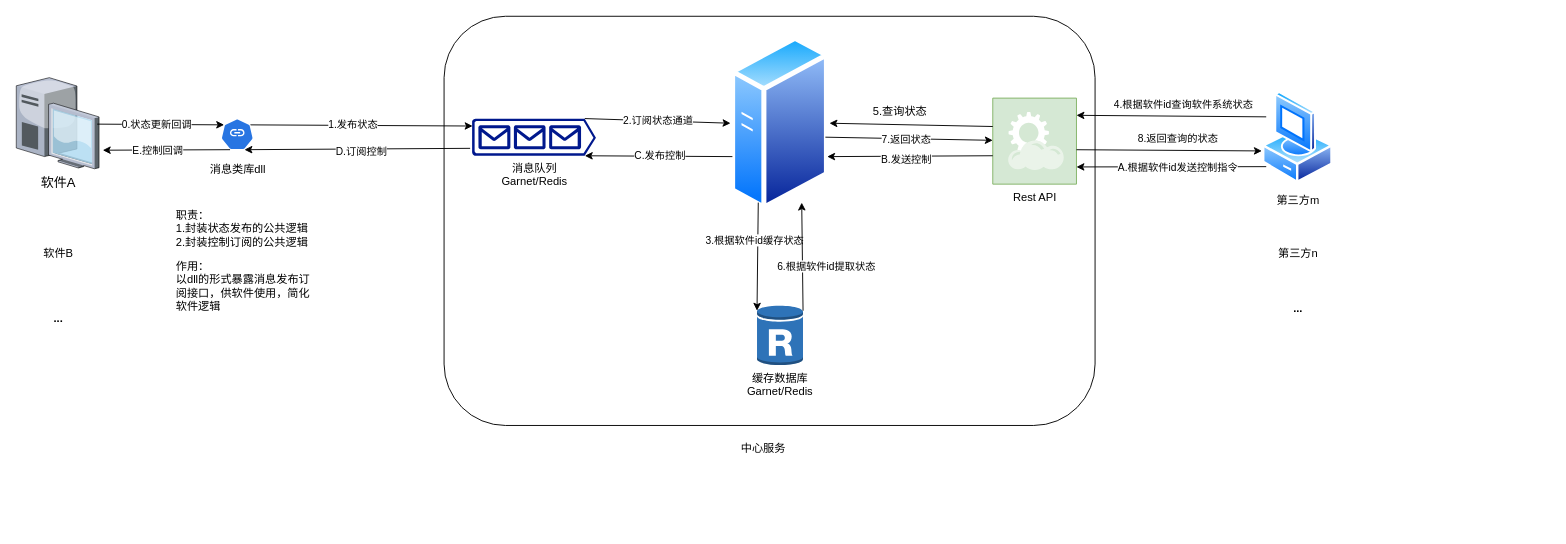
This is doc/网络架构.drawio from Yqghlx/LabTechOpenPlatform, a draw.io file, before an edit. Source tidied: cells renumbered, new cells numbered last; positions are measured from the earlier drawing's top-left corner, leaving out a move shared by most shapes. Both pictures are drawn from the tidied source at 93%, with x=0, y=0 at pixel (16, 16).
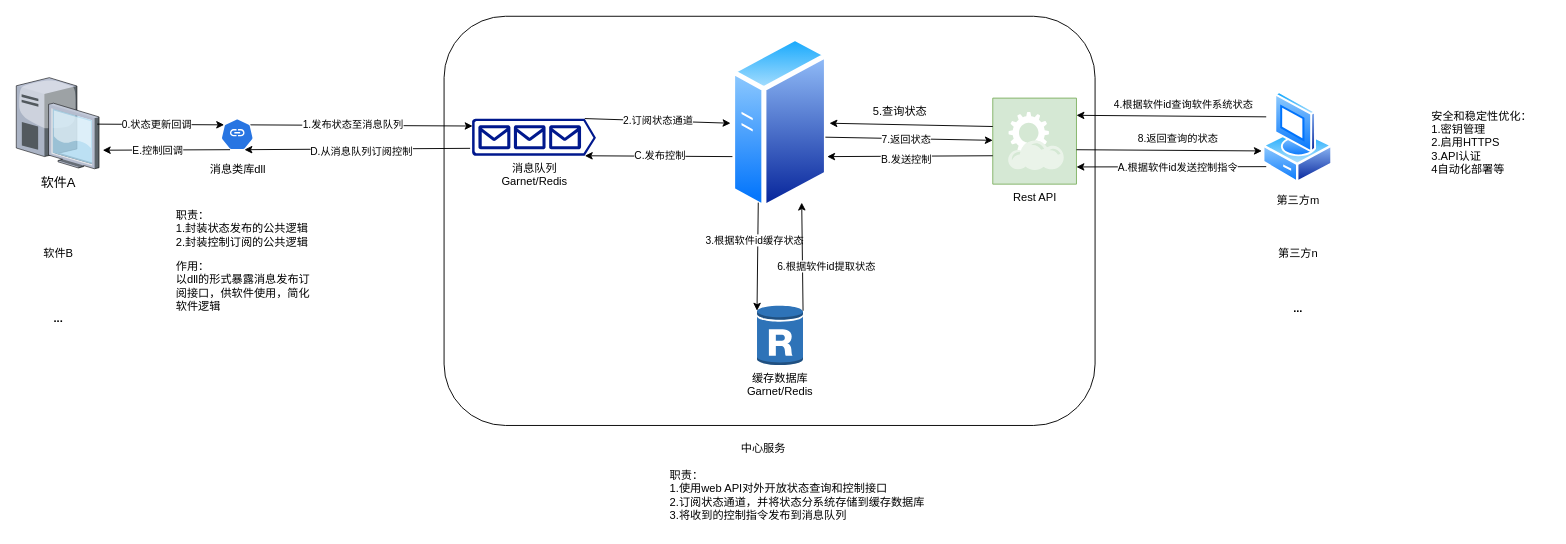
After the change.

Commit message:
docs: 更新架构图内容

- 修改了架构图中的部分节点名称
- 添加了新的节点描述系统职责和安全稳定性优化措施
- 调整了部分节点的位置

The change refers to these unchanged cells:
```xml
<mxCell id="9" style="endArrow=classic;html=1;rounded=0;exitX=0.9;exitY=0.2;exitDx=0;exitDy=0;exitPerimeter=0;entryX=0.005;entryY=0.2;entryDx=0;entryDy=0;entryPerimeter=0;" parent="1" edge="1" source="41" target="4">
  <mxGeometry relative="1" as="geometry" />
</mxCell>
<mxCell id="11" style="endArrow=classic;html=1;rounded=0;exitX=-0.015;exitY=0.8;exitDx=0;exitDy=0;exitPerimeter=0;entryX=0.72;entryY=0.99;entryDx=0;entryDy=0;entryPerimeter=0;" parent="1" edge="1" source="4" target="41">
  <mxGeometry relative="1" as="geometry" />
</mxCell>
```

Diff of the diagram source:
```diff
@@
-    <mxCell id="10" value="1.发布状态" style="edgeLabel;html=1;align=center;verticalAlign=middle;" parent="9" vertex="1">
+    <mxCell id="10" value="1.发布状态至消息队列" style="edgeLabel;html=1;align=center;verticalAlign=middle;" parent="9" vertex="1">
       <mxGeometry x="-0.08" y="1" relative="1" as="geometry" />
     </mxCell>
@@
-    <mxCell id="12" value="D.订阅控制" style="edgeLabel;html=1;align=center;verticalAlign=middle;" parent="11" vertex="1">
+    <mxCell id="12" value="D.从消息队列订阅控制" style="edgeLabel;html=1;align=center;verticalAlign=middle;" parent="11" vertex="1">
       <mxGeometry x="-0.03" y="3" relative="1" as="geometry" />
     </mxCell>
@@
+    <mxCell id="46" value="职责：&lt;div&gt;1.使用web API对外开放状态查询和控制接口&lt;br&gt;&lt;div&gt;2.订阅状态通道，并将状态分系统存储到缓存数据库&lt;/div&gt;&lt;div&gt;3.将收到的控制指令发布到消息队列&lt;/div&gt;&lt;/div&gt;" style="text;html=1;align=left;verticalAlign=middle;strokeColor=none;fillColor=none;" parent="1" vertex="1">
+      <mxGeometry x="701.2" y="480" width="300" height="70" as="geometry" />
+    </mxCell>
+    <mxCell id="47" value="安全和稳定性优化：&lt;div&gt;1.密钥管理&lt;/div&gt;&lt;div&gt;2.启用HTTPS&lt;/div&gt;&lt;div&gt;3.API认证&lt;/div&gt;&lt;div&gt;4自动化部署等&lt;/div&gt;" style="text;html=1;align=left;verticalAlign=middle;strokeColor=none;fillColor=none;" parent="1" vertex="1">
+      <mxGeometry x="1520" y="90.5" width="130" height="90" as="geometry" />
+    </mxCell>
```
